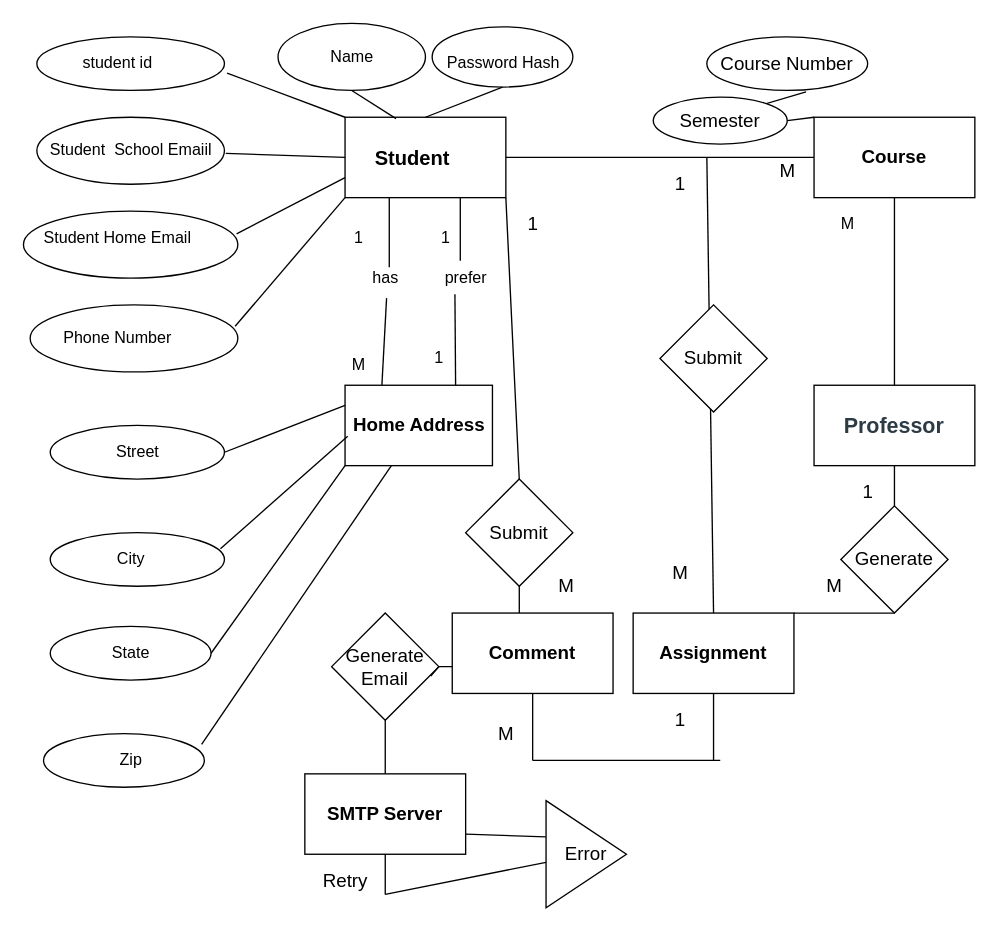
Earlier version of the draw.io diagram Course Project 1.drawio (invegat/COP5725). Source tidied: cells renumbered, new cells numbered last; positions are measured from the earlier drawing's top-left corner, leaving out a move shared by most shapes. Both pictures are drawn from the tidied source at 134%, with x=0, y=0 at pixel (23, 23).
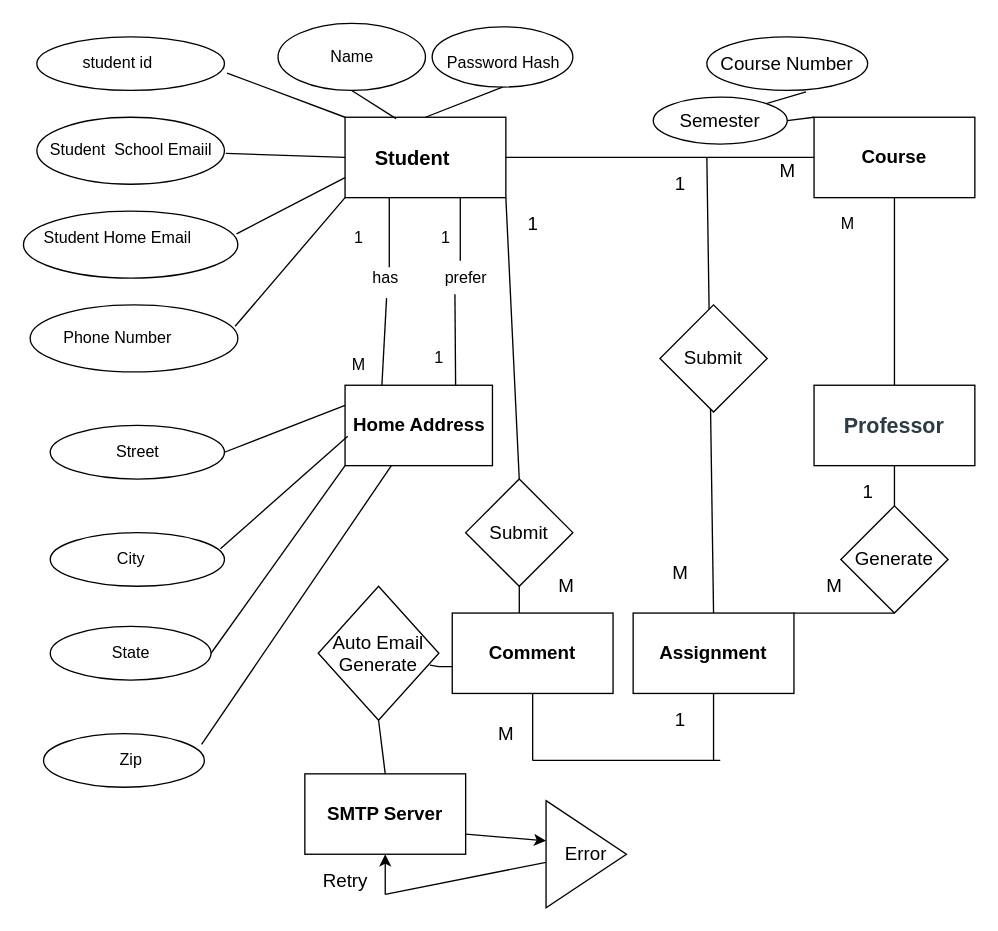
Above is the later version.

The change refers to these unchanged cells:
```xml
<mxCell id="78" value="&lt;b&gt;SMTP Server&lt;/b&gt;" style="rounded=0;whiteSpace=wrap;html=1;fontSize=14;" parent="1" vertex="1">
  <mxGeometry x="210" y="560" width="120" height="60" as="geometry" />
</mxCell>
<mxCell id="82" value="Error" style="triangle;whiteSpace=wrap;html=1;fontSize=14;" parent="1" vertex="1">
  <mxGeometry x="390" y="580" width="60" height="80" as="geometry" />
</mxCell>
```

Change to the diagram source:
```diff
@@
-    <mxCell id="79" value="Generate&lt;br&gt;Email" style="rhombus;whiteSpace=wrap;html=1;fontSize=14;" parent="1" vertex="1">
-      <mxGeometry x="230" y="440" width="80" height="80" as="geometry" />
+    <mxCell id="79" value="Auto Email Generate" style="rhombus;whiteSpace=wrap;html=1;fontSize=14;" parent="1" vertex="1">
+      <mxGeometry x="220" y="420" width="90" height="100" as="geometry" />
     </mxCell>
@@
-    <mxCell id="84" style="endArrow=none;html=1;rounded=0;fontSize=14;entryX=0.5;entryY=1;entryDx=0;entryDy=0;" parent="1" edge="1" target="78">
-      <mxGeometry relative="1" as="geometry">
-        <mxPoint x="270" y="650" as="sourcePoint" />
-      </mxGeometry>
-    </mxCell>
@@
-    <mxCell id="86" style="endArrow=none;html=1;rounded=0;fontSize=14;exitX=1;exitY=0.75;exitDx=0;exitDy=0;entryX=-0.003;entryY=0.338;entryDx=0;entryDy=0;entryPerimeter=0;" parent="1" edge="1" source="78" target="82">
-      <mxGeometry relative="1" as="geometry" />
-    </mxCell>
+    <mxCell id="87" style="endArrow=classic;html=1;rounded=0;fontSize=14;exitX=1;exitY=0.75;exitDx=0;exitDy=0;" parent="1" edge="1" source="78">
+      <mxGeometry relative="1" as="geometry">
+        <mxPoint x="390" y="610" as="targetPoint" />
+      </mxGeometry>
+    </mxCell>
+    <mxCell id="88" style="endArrow=classic;html=1;rounded=0;fontSize=14;entryX=0.5;entryY=1;entryDx=0;entryDy=0;" parent="1" edge="1" target="78">
+      <mxGeometry relative="1" as="geometry">
+        <mxPoint x="270" y="650" as="sourcePoint" />
+      </mxGeometry>
+    </mxCell>
```
